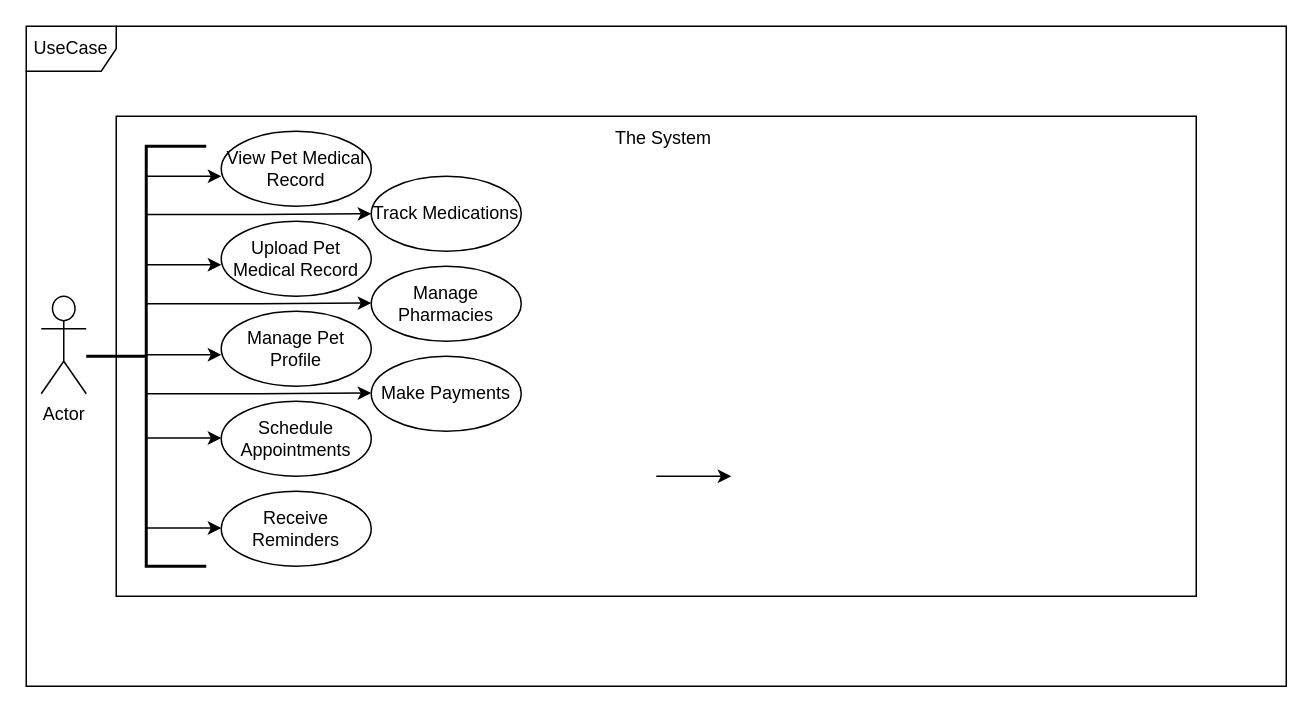
This is page "UseCaseDiagram" (2 of 2) of petHealth.drawio from calmworld/SystemDesign, a draw.io file, before an edit. Source tidied: cells renumbered, new cells numbered last; positions are measured from the earlier drawing's top-left corner, leaving out a move shared by most shapes. Both pictures are drawn from the tidied source at 150%, with x=0, y=0 at pixel (26, 26).
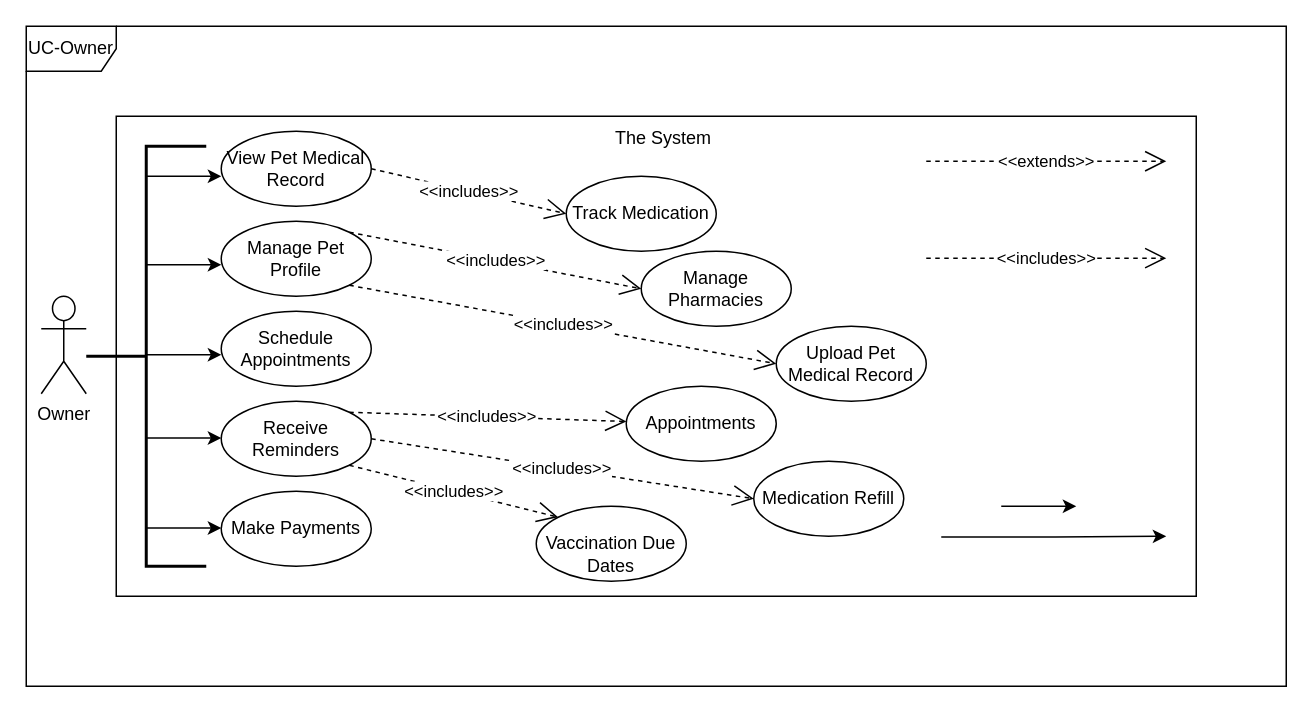
The same page after the edit.

Commit message:
Update Owner-UseCase diagram

The edit, as a diff of the source:
```diff
@@
-    <mxCell id="3" value="UseCase" style="shape=umlFrame;whiteSpace=wrap;html=1;" parent="1" vertex="1">
+    <mxCell id="3" value="UC-Owner" style="shape=umlFrame;whiteSpace=wrap;html=1;" parent="1" vertex="1">
       <mxGeometry width="840" height="440" as="geometry" />
     </mxCell>
-    <mxCell id="4" value="Actor" style="shape=umlActor;verticalLabelPosition=bottom;verticalAlign=top;html=1;" parent="1" vertex="1">
+    <mxCell id="4" value="Owner" style="shape=umlActor;verticalLabelPosition=bottom;verticalAlign=top;html=1;" parent="1" vertex="1">
       <mxGeometry x="10" y="180" width="30" height="65" as="geometry" />
     </mxCell>
-    <mxCell id="5" value="View Pet Medical Record" style="ellipse;whiteSpace=wrap;html=1;" parent="1" vertex="1">
+    <mxCell id="5" value="View Pet Medical Record" style="ellipse;whiteSpace=wrap;html=1;align=center;" parent="1" vertex="1">
       <mxGeometry x="130" y="70" width="100" height="50" as="geometry" />
     </mxCell>
@@
-    <mxCell id="7" value="Manage Pet Profile" style="ellipse;whiteSpace=wrap;html=1;" parent="1" vertex="1">
-      <mxGeometry x="130" y="190" width="100" height="50" as="geometry" />
+    <mxCell id="7" value="Track Medication" style="ellipse;whiteSpace=wrap;html=1;" parent="1" vertex="1">
+      <mxGeometry x="360" y="100" width="100" height="50" as="geometry" />
     </mxCell>
-    <mxCell id="8" value="Upload Pet Medical Record" style="ellipse;whiteSpace=wrap;html=1;" parent="1" vertex="1">
+    <mxCell id="8" value="Manage Pet Profile" style="ellipse;whiteSpace=wrap;html=1;" parent="1" vertex="1">
       <mxGeometry x="130" y="130" width="100" height="50" as="geometry" />
     </mxCell>
     <mxCell id="9" value="Schedule Appointments" style="ellipse;whiteSpace=wrap;html=1;" parent="1" vertex="1">
-      <mxGeometry x="130" y="250" width="100" height="50" as="geometry" />
+      <mxGeometry x="130" y="190" width="100" height="50" as="geometry" />
     </mxCell>
-    <mxCell id="10" value="Make Payments" style="ellipse;whiteSpace=wrap;html=1;" parent="1" vertex="1">
-      <mxGeometry x="230" y="220" width="100" height="50" as="geometry" />
+    <mxCell id="10" value="Receive Reminders" style="ellipse;whiteSpace=wrap;html=1;" parent="1" vertex="1">
+      <mxGeometry x="130" y="250" width="100" height="50" as="geometry" />
     </mxCell>
     <mxCell id="11" value="Manage Pharmacies" style="ellipse;whiteSpace=wrap;html=1;" parent="1" vertex="1">
-      <mxGeometry x="230" y="160" width="100" height="50" as="geometry" />
+      <mxGeometry x="410" y="150" width="100" height="50" as="geometry" />
     </mxCell>
-    <mxCell id="12" value="Track Medications" style="ellipse;whiteSpace=wrap;html=1;" parent="1" vertex="1">
-      <mxGeometry x="230" y="100" width="100" height="50" as="geometry" />
+    <mxCell id="12" value="Upload Pet Medical Record" style="ellipse;whiteSpace=wrap;html=1;" parent="1" vertex="1">
+      <mxGeometry x="500" y="200" width="100" height="50" as="geometry" />
     </mxCell>
-    <mxCell id="13" value="Receive Reminders" style="ellipse;whiteSpace=wrap;html=1;" parent="1" vertex="1">
+    <mxCell id="13" value="Make Payments" style="ellipse;whiteSpace=wrap;html=1;" parent="1" vertex="1">
       <mxGeometry x="130" y="310" width="100" height="50" as="geometry" />
     </mxCell>
-    <mxCell id="14" style="edgeStyle=orthogonalEdgeStyle;rounded=0;jettySize=auto;html=1;entryX=0;entryY=0.5;entryDx=0;entryDy=0;" parent="1" edge="1" target="12">
-      <mxGeometry relative="1" as="geometry">
-        <mxPoint x="80" y="125.5" as="sourcePoint" />
-        <Array as="points">
-          <mxPoint x="156" y="126" />
-        </Array>
-      </mxGeometry>
-    </mxCell>
     <mxCell id="15" style="edgeStyle=orthogonalEdgeStyle;rounded=0;orthogonalLoop=1;jettySize=auto;html=1;entryX=0;entryY=0.5;entryDx=0;entryDy=0;" parent="1" edge="1">
       <mxGeometry relative="1" as="geometry">
-        <mxPoint x="80" y="185" as="sourcePoint" />
-        <mxPoint x="230" y="184.5" as="targetPoint" />
+        <mxPoint x="610" y="340.5" as="sourcePoint" />
+        <mxPoint x="760" y="340" as="targetPoint" />
         <Array as="points">
-          <mxPoint x="156" y="185.5" />
+          <mxPoint x="686" y="341" />
         </Array>
       </mxGeometry>
     </mxCell>
-    <mxCell id="16" style="edgeStyle=orthogonalEdgeStyle;rounded=0;orthogonalLoop=1;jettySize=auto;html=1;entryX=0;entryY=0.5;entryDx=0;entryDy=0;" parent="1" edge="1">
-      <mxGeometry relative="1" as="geometry">
-        <mxPoint x="80" y="245" as="sourcePoint" />
-        <mxPoint x="230" y="244.5" as="targetPoint" />
-        <Array as="points">
-          <mxPoint x="156" y="245.5" />
-        </Array>
-      </mxGeometry>
-    </mxCell>
@@
     <mxCell id="21" style="edgeStyle=orthogonalEdgeStyle;rounded=0;orthogonalLoop=1;jettySize=auto;html=1;" parent="1" edge="1">
       <mxGeometry relative="1" as="geometry">
-        <mxPoint x="420" y="300" as="sourcePoint" />
-        <mxPoint x="470" y="300" as="targetPoint" />
+        <mxPoint x="650" y="320" as="sourcePoint" />
+        <mxPoint x="700" y="320" as="targetPoint" />
         <Array as="points">
-          <mxPoint x="420" y="300" />
+          <mxPoint x="650" y="320" />
         </Array>
       </mxGeometry>
     </mxCell>
@@
+    <mxCell id="24" value="Appointments" style="ellipse;whiteSpace=wrap;html=1;" parent="1" vertex="1">
+      <mxGeometry x="400" y="240" width="100" height="50" as="geometry" />
+    </mxCell>
+    <mxCell id="25" value="&amp;lt;&amp;lt;includes&amp;gt;&amp;gt;" style="endArrow=open;endSize=12;dashed=1;html=1;rounded=0;" parent="1" edge="1">
+      <mxGeometry relative="1" as="geometry">
+        <mxPoint x="600" y="154.6" as="sourcePoint" />
+        <mxPoint x="760" y="154.6" as="targetPoint" />
+      </mxGeometry>
+    </mxCell>
+    <mxCell id="26" value="&amp;lt;&amp;lt;extends&amp;gt;&amp;gt;" style="endArrow=open;endSize=12;dashed=1;html=1;rounded=0;" parent="1" edge="1">
+      <mxGeometry relative="1" as="geometry">
+        <mxPoint x="600" y="90" as="sourcePoint" />
+        <mxPoint x="760" y="90" as="targetPoint" />
+      </mxGeometry>
+    </mxCell>
+    <mxCell id="27" value="&amp;lt;&amp;lt;includes&amp;gt;&amp;gt;" style="endArrow=open;endSize=12;dashed=1;html=1;rounded=0;entryX=0;entryY=0.5;entryDx=0;entryDy=0;exitX=1;exitY=0.5;exitDx=0;exitDy=0;" parent="1" edge="1" source="10" target="29">
+      <mxGeometry relative="1" as="geometry" />
+    </mxCell>
+    <mxCell id="28" value="&amp;lt;&amp;lt;includes&amp;gt;&amp;gt;" style="endArrow=open;endSize=12;dashed=1;html=1;rounded=0;exitX=1;exitY=0;exitDx=0;exitDy=0;" parent="1" edge="1" source="10" target="24">
+      <mxGeometry relative="1" as="geometry" />
+    </mxCell>
+    <mxCell id="29" value="Medication Refill" style="ellipse;whiteSpace=wrap;html=1;" parent="1" vertex="1">
+      <mxGeometry x="485" y="290" width="100" height="50" as="geometry" />
+    </mxCell>
+    <mxCell id="30" value="&lt;br&gt;&lt;div style=&quot;&quot;&gt;Vaccination Due Dates&lt;/div&gt;" style="ellipse;whiteSpace=wrap;html=1;" parent="1" vertex="1">
+      <mxGeometry x="340" y="320" width="100" height="50" as="geometry" />
+    </mxCell>
+    <mxCell id="31" value="&amp;lt;&amp;lt;includes&amp;gt;&amp;gt;" style="endArrow=open;endSize=12;dashed=1;html=1;rounded=0;entryX=0;entryY=0;entryDx=0;entryDy=0;exitX=1;exitY=1;exitDx=0;exitDy=0;" parent="1" edge="1" source="10" target="30">
+      <mxGeometry relative="1" as="geometry" />
+    </mxCell>
+    <mxCell id="32" value="&amp;lt;&amp;lt;includes&amp;gt;&amp;gt;" style="endArrow=open;endSize=12;dashed=1;html=1;rounded=0;entryX=0;entryY=0.5;entryDx=0;entryDy=0;exitX=1;exitY=0;exitDx=0;exitDy=0;" parent="1" edge="1" source="8" target="11">
+      <mxGeometry relative="1" as="geometry" />
+    </mxCell>
+    <mxCell id="33" value="&amp;lt;&amp;lt;includes&amp;gt;&amp;gt;" style="endArrow=open;endSize=12;dashed=1;html=1;rounded=0;exitX=1;exitY=1;exitDx=0;exitDy=0;entryX=0;entryY=0.5;entryDx=0;entryDy=0;" parent="1" edge="1" source="8" target="12">
+      <mxGeometry relative="1" as="geometry" />
+    </mxCell>
+    <mxCell id="34" value="&amp;lt;&amp;lt;includes&amp;gt;&amp;gt;" style="endArrow=open;endSize=12;dashed=1;html=1;rounded=0;entryX=0;entryY=0.5;entryDx=0;entryDy=0;exitX=1;exitY=0.5;exitDx=0;exitDy=0;" parent="1" edge="1" source="5" target="7">
+      <mxGeometry relative="1" as="geometry" />
+    </mxCell>
```
